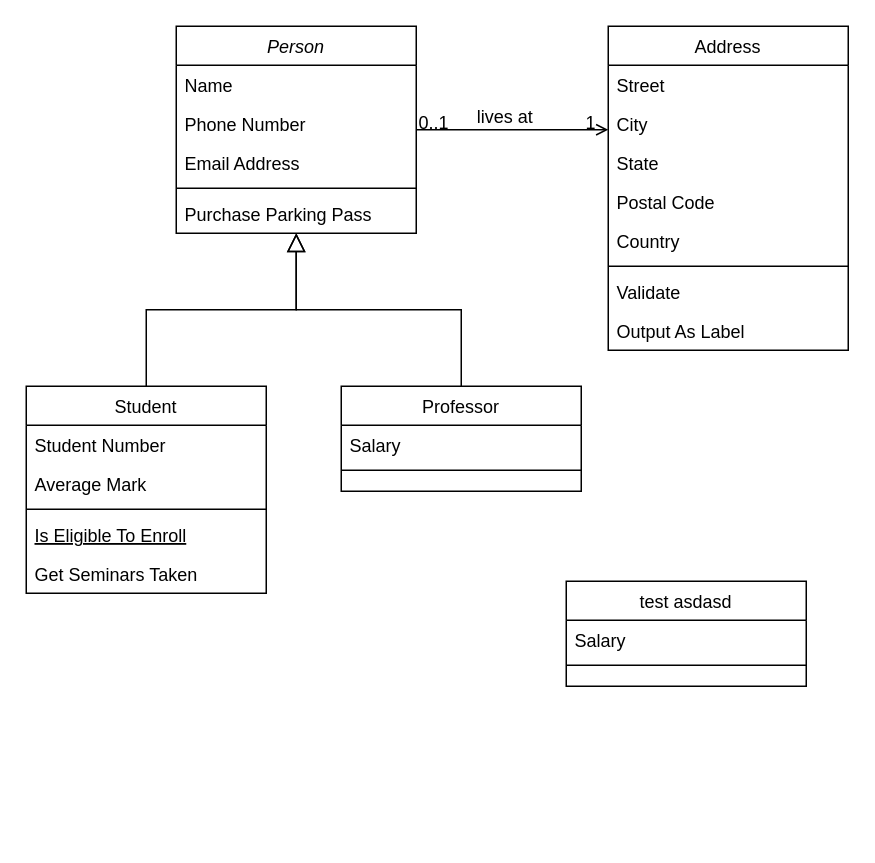
The draw.io diagram UntitledDiagram.drawio in BuroHappoldEngineering/documentation-page, before the edit. Source tidied: cells renumbered, new cells numbered last; positions are measured from the earlier drawing's top-left corner, leaving out a move shared by most shapes. Both pictures are drawn from the tidied source at 150%, with x=0, y=0 at pixel (26, 26).
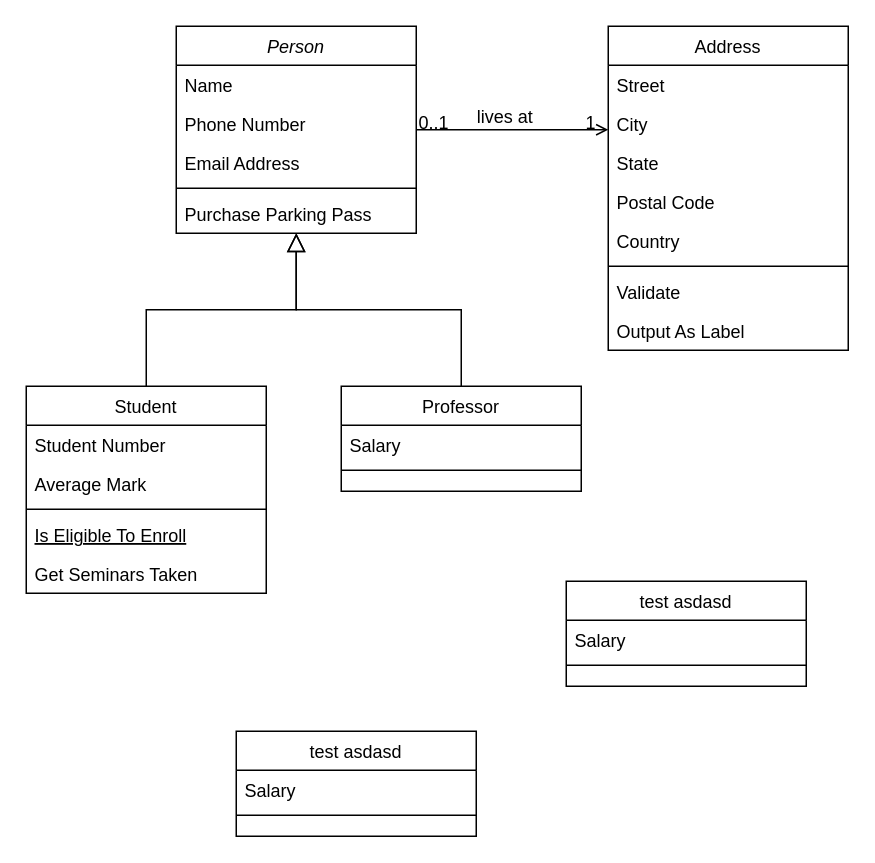
Above is the later version.

Diff of the diagram source:
```diff
@@
+    <mxCell id="35" value="test asdasd" style="swimlane;fontStyle=0;align=center;verticalAlign=top;horizontal=1;startSize=26;rounded=0;shadow=0;strokeWidth=1;" parent="1" vertex="1">
+      <mxGeometry x="140" y="470" width="160" height="70" as="geometry" />
+    </mxCell>
+    <mxCell id="36" value="Salary" style="text;align=left;verticalAlign=top;spacingLeft=4;spacingRight=4;overflow=hidden;" parent="35" vertex="1">
+      <mxGeometry y="26" width="160" height="26" as="geometry" />
+    </mxCell>
+    <mxCell id="37" style="line;html=1;strokeWidth=1;align=left;verticalAlign=middle;spacingTop=-1;spacingLeft=3;spacingRight=3;labelPosition=right;" parent="35" vertex="1">
+      <mxGeometry y="52" width="160" height="8" as="geometry" />
+    </mxCell>
```
